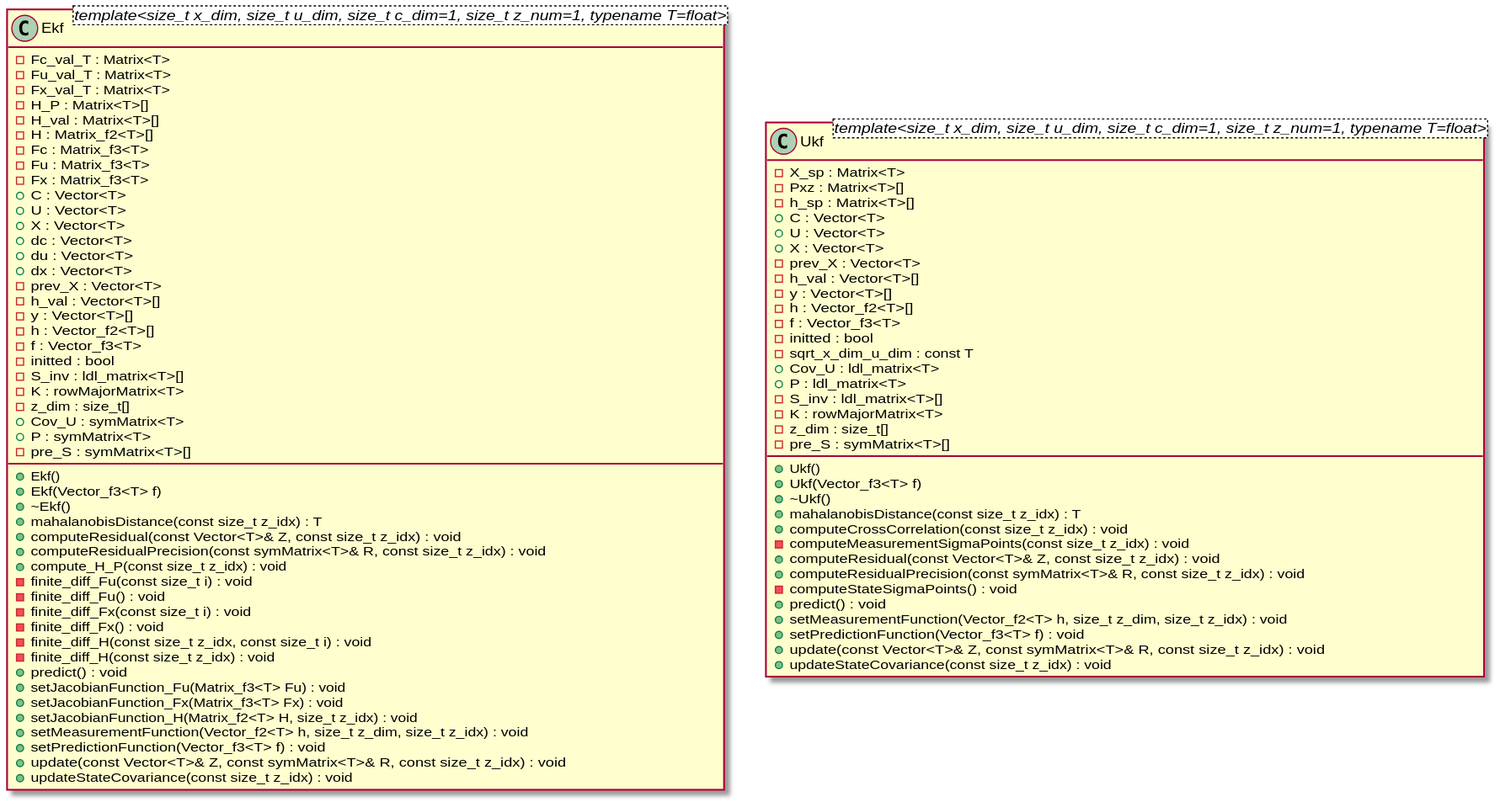
robinAZERTY/bayesian_filter keeps this PlantUML diagram as docs/architecture/classDiagram.svg. Above is the earlier version.
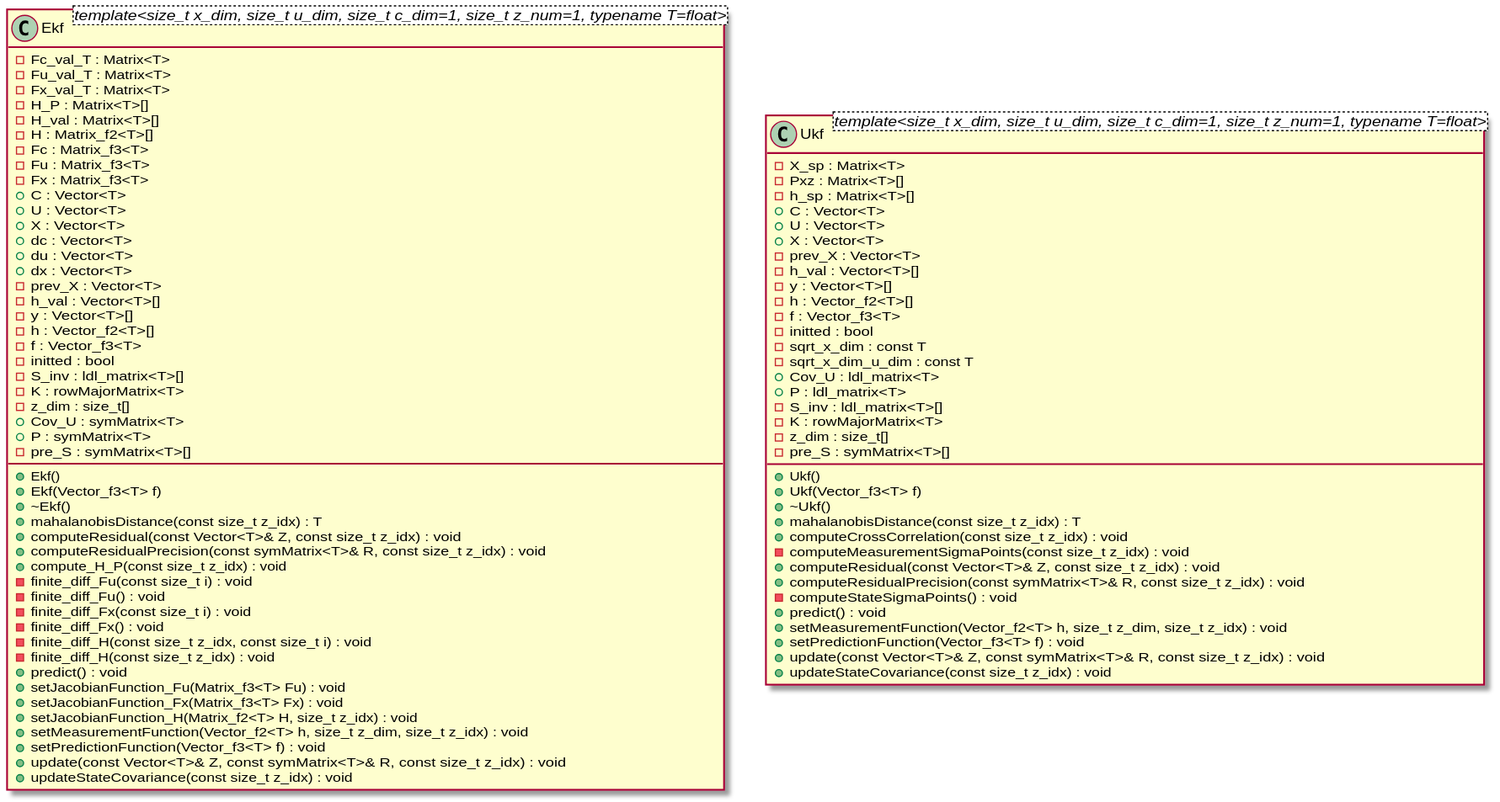
After the change.

Commit message:
Updated UML diagram

What changed in the source:
```diff
@@ -74,6 +74,7 @@
 	-h : Vector_f2<T>[]
 	-f : Vector_f3<T>
 	-initted : bool
+	-sqrt_x_dim : const T
 	-sqrt_x_dim_u_dim : const T
 	+Cov_U : ldl_matrix<T>
 	+P : ldl_matrix<T>
```
